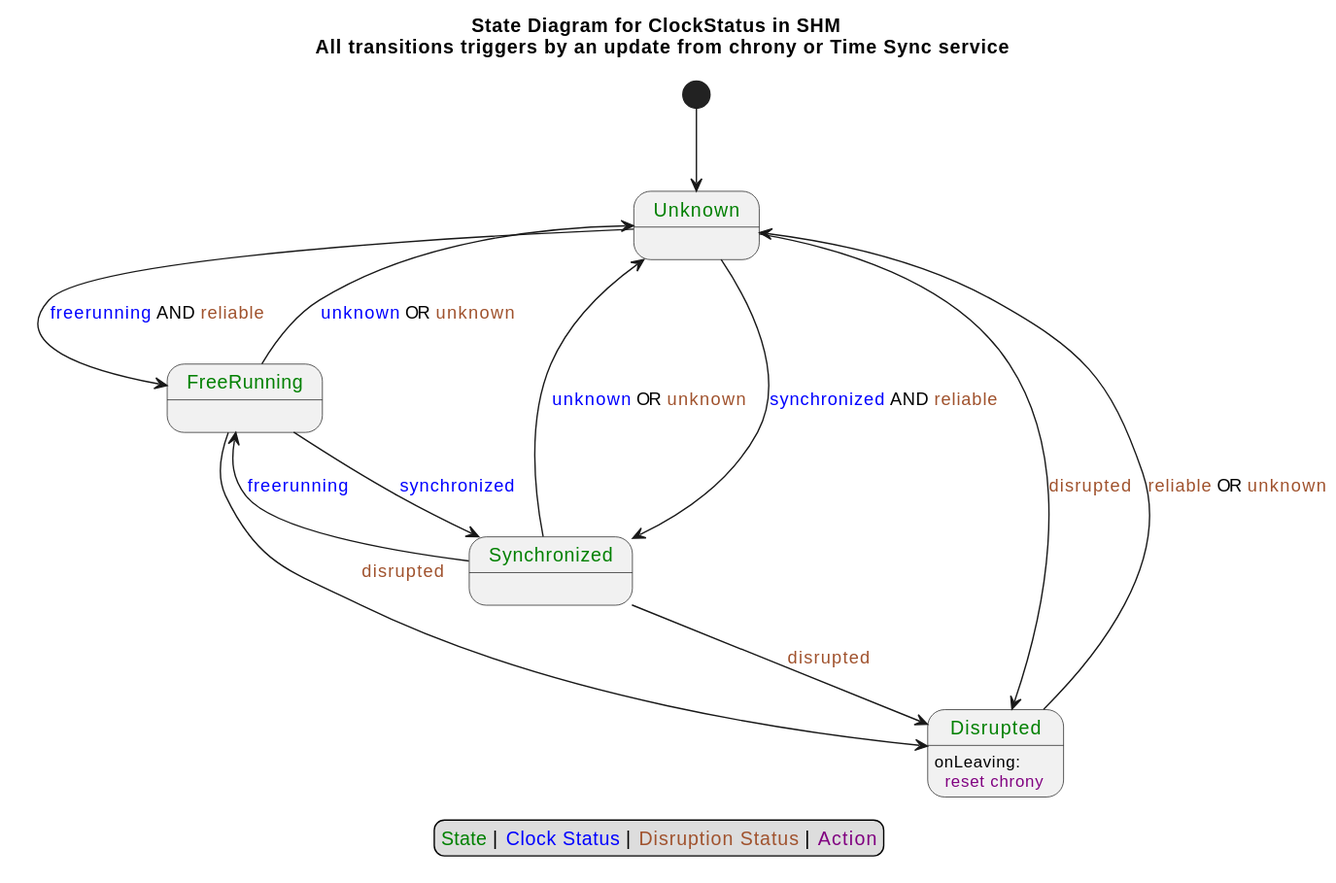
Above: docs/assets/FSM.svg in aws/clock-bound (PlantUML), before the change. The source it was exported from:
```plantuml
@startuml
title State Diagram for ClockStatus in SHM \n All transitions triggers by an update from chrony or Time Sync service


state "<color:green> Unknown </color>" as UNKNOWN:
state "<color:green> FreeRunning </color>" as FREE:
state "<color:green> Synchronized </color>" as SYNC:
state "<color:green> Disrupted </color>" as DISRUPTED: onLeaving:\n  <color:purple>reset chrony</color>

[*] --> UNKNOWN
UNKNOWN --> FREE: <color:blue>freerunning</color> AND <color:sienna>reliable</color>
UNKNOWN --> SYNC: <color:blue>synchronized</color> AND <color:sienna>reliable</color>
UNKNOWN --> DISRUPTED: <color:sienna>disrupted</color>

DISRUPTED --> UNKNOWN: <color:sienna>reliable</color> OR <color:sienna>unknown</color>

FREE --> DISRUPTED: <color:sienna>disrupted</color>
FREE --> SYNC: <color:blue>synchronized</color>
FREE --> UNKNOWN: <color:blue>unknown</color> OR <color:sienna>unknown</color>

SYNC --> UNKNOWN: <color:blue>unknown</color> OR <color:sienna>unknown</color>
SYNC --> DISRUPTED: <color:sienna>disrupted</color>
SYNC --> FREE: <color:blue>freerunning</color>

legend
  <color:Green>State</color> | <color:blue>Clock Status</color> | <color:sienna>Disruption Status</color> | <color:purple>Action</color>
end legend
@enduml
```
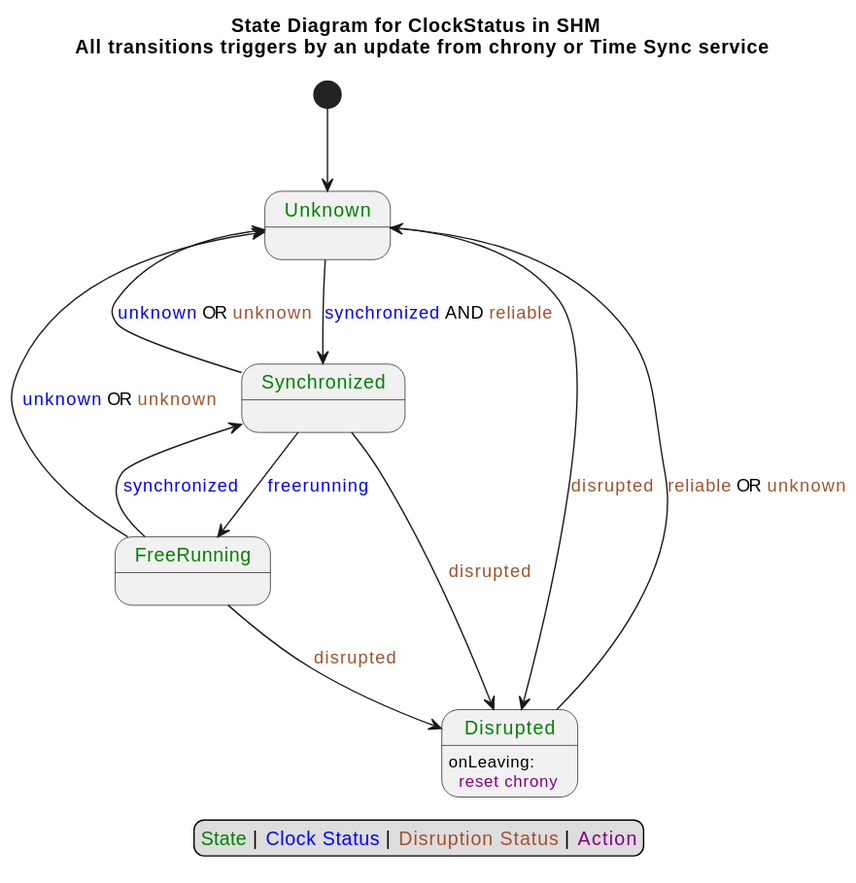
Later version of the same file.

Diff of the diagram source:
```diff
@@ -8,7 +8,6 @@
 state "<color:green> Disrupted </color>" as DISRUPTED: onLeaving:\n  <color:purple>reset chrony</color>
 
 [*] --> UNKNOWN
-UNKNOWN --> FREE: <color:blue>freerunning</color> AND <color:sienna>reliable</color>
 UNKNOWN --> SYNC: <color:blue>synchronized</color> AND <color:sienna>reliable</color>
 UNKNOWN --> DISRUPTED: <color:sienna>disrupted</color>
 
```
